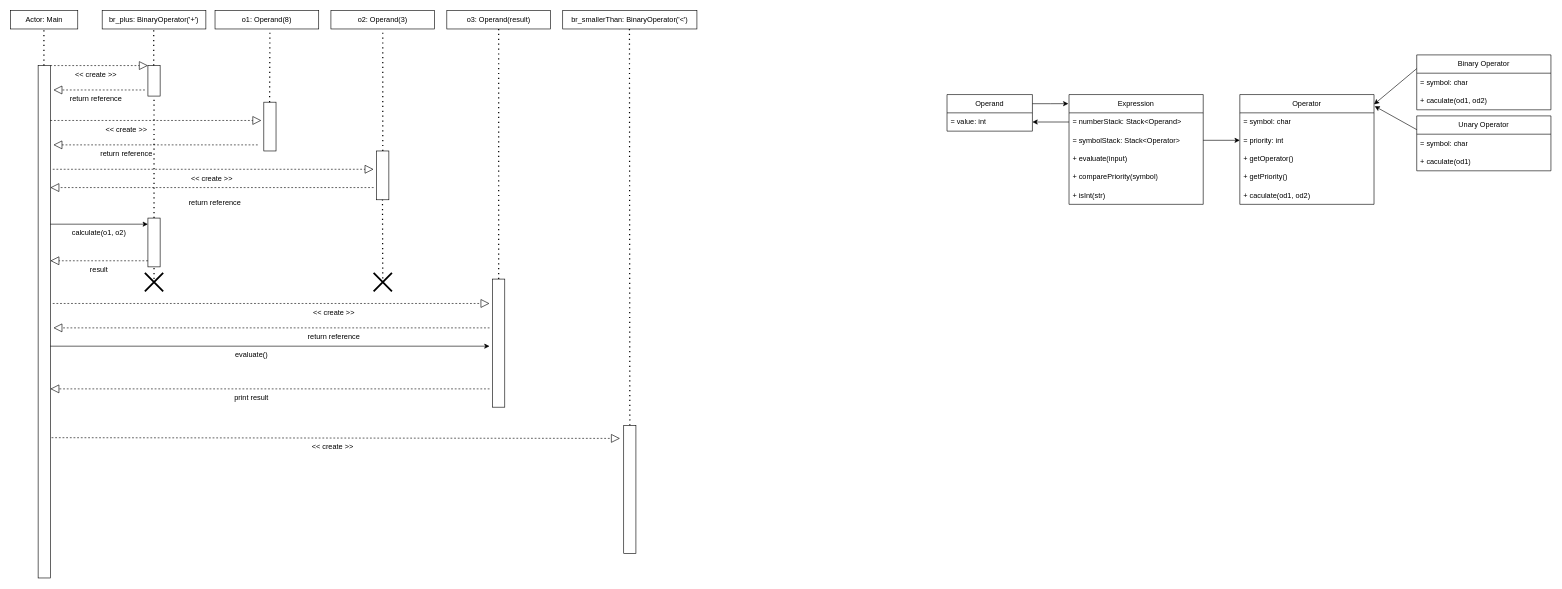
This is Lab2/Lab2SequenceDiagram.drawio from matty-gg/CSE2102-SP24-Lab1-Group19, a draw.io file, before an edit. Source tidied: cells renumbered, new cells numbered last; positions are measured from the earlier drawing's top-left corner, leaving out a move shared by most shapes. Both pictures are drawn from the tidied source at 61%, with x=0, y=0 at pixel (10, 10).
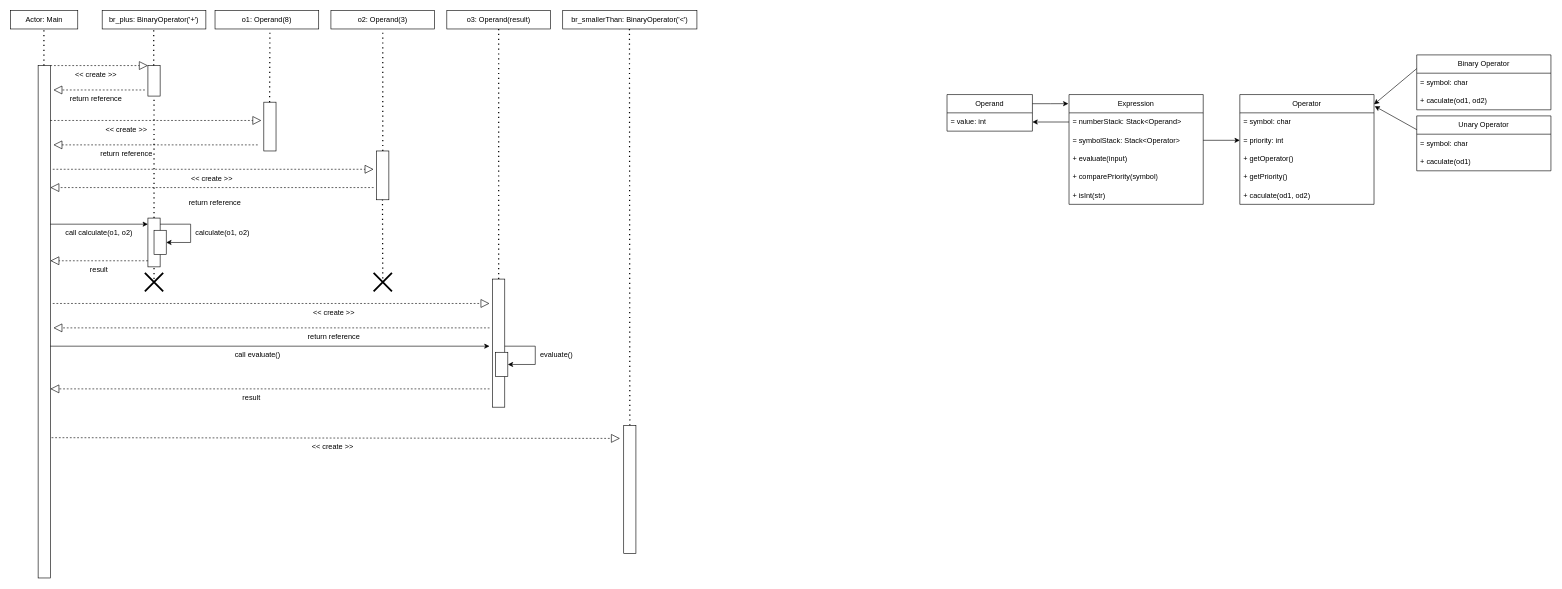
The same diagram, later.

Commit message:
adjusted function execution

What changed in the source:
```diff
@@
-    <mxCell id="20" value="calculate(o1, o2)" style="text;html=1;align=center;verticalAlign=middle;whiteSpace=wrap;rounded=0;" parent="1" vertex="1">
-      <mxGeometry x="95" y="350" width="100" height="30" as="geometry" />
+    <mxCell id="20" value="call calculate(o1, o2)" style="text;html=1;align=center;verticalAlign=middle;whiteSpace=wrap;rounded=0;" parent="1" vertex="1">
+      <mxGeometry x="85" y="350" width="120" height="30" as="geometry" />
     </mxCell>
@@
-    <mxCell id="34" value="evaluate()" style="text;html=1;align=center;verticalAlign=middle;whiteSpace=wrap;rounded=0;" parent="1" vertex="1">
-      <mxGeometry x="365" y="550" width="60" height="30" as="geometry" />
+    <mxCell id="34" value="call evaluate()" style="text;html=1;align=center;verticalAlign=middle;whiteSpace=wrap;rounded=0;" parent="1" vertex="1">
+      <mxGeometry x="365" y="550" width="80" height="30" as="geometry" />
     </mxCell>
@@
-    <mxCell id="36" value="print result" style="text;html=1;align=center;verticalAlign=middle;whiteSpace=wrap;rounded=0;" parent="1" vertex="1">
+    <mxCell id="36" value="result" style="text;html=1;align=center;verticalAlign=middle;whiteSpace=wrap;rounded=0;" parent="1" vertex="1">
       <mxGeometry x="365" y="620" width="60" height="30" as="geometry" />
     </mxCell>
@@
+    <mxCell id="77" style="rounded=0;whiteSpace=wrap;html=1;" parent="1" vertex="1">
+      <mxGeometry x="235" y="360" width="20" height="40" as="geometry" />
+    </mxCell>
+    <mxCell id="78" style="endArrow=classic;html=1;rounded=0;entryX=1;entryY=0.5;entryDx=0;entryDy=0;" parent="1" edge="1" target="77">
+      <mxGeometry relative="1" as="geometry">
+        <mxPoint x="245" y="350" as="sourcePoint" />
+        <Array as="points">
+          <mxPoint x="295" y="350" />
+          <mxPoint x="295" y="380" />
+        </Array>
+      </mxGeometry>
+    </mxCell>
+    <mxCell id="79" value="calculate(o1, o2)" style="text;html=1;align=center;verticalAlign=middle;whiteSpace=wrap;rounded=0;" parent="1" vertex="1">
+      <mxGeometry x="290" y="350" width="115" height="30" as="geometry" />
+    </mxCell>
+    <mxCell id="80" style="rounded=0;whiteSpace=wrap;html=1;" parent="1" vertex="1">
+      <mxGeometry x="795" y="560" width="20" height="40" as="geometry" />
+    </mxCell>
+    <mxCell id="81" style="endArrow=classic;html=1;rounded=0;" parent="1" edge="1">
+      <mxGeometry relative="1" as="geometry">
+        <mxPoint x="810" y="550" as="sourcePoint" />
+        <mxPoint x="815" y="580" as="targetPoint" />
+        <Array as="points">
+          <mxPoint x="860" y="550" />
+          <mxPoint x="860" y="580" />
+        </Array>
+      </mxGeometry>
+    </mxCell>
+    <mxCell id="82" value="evaluate()" style="text;html=1;align=center;verticalAlign=middle;whiteSpace=wrap;rounded=0;" parent="1" vertex="1">
+      <mxGeometry x="865" y="550" width="60" height="30" as="geometry" />
+    </mxCell>
```
